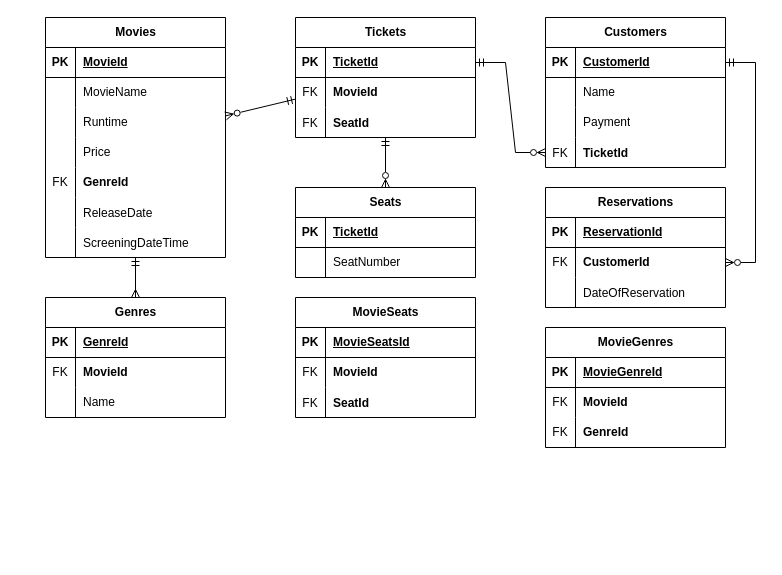
Before: erd/CineWave.drawio in pitzzahh/CineWave, a draw.io diagram. Source tidied: cells renumbered, new cells numbered last; positions are measured from the earlier drawing's top-left corner, leaving out a move shared by most shapes. Both pictures are drawn from the tidied source at 100%, with x=0, y=0 at pixel (45, 17).
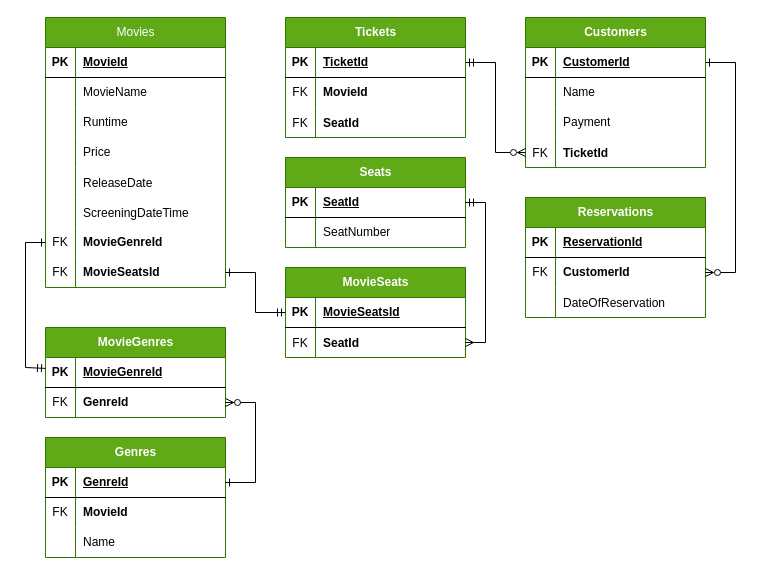
After the change.

The change refers to these unchanged cells:
```xml
<mxCell id="25" style="shape=tableRow;horizontal=0;startSize=0;swimlaneHead=0;swimlaneBody=0;fillColor=none;points=[[0,0.5],[1,0.5]];portConstraint=eastwest;top=0;left=0;right=0;bottom=1;" parent="24" vertex="1">
  <mxGeometry y="30" width="180" height="30" as="geometry" />
</mxCell>
<mxCell id="35" style="shape=tableRow;horizontal=0;startSize=0;swimlaneHead=0;swimlaneBody=0;fillColor=none;points=[[0,0.5],[1,0.5]];portConstraint=eastwest;top=0;left=0;right=0;bottom=1;" parent="34" vertex="1">
  <mxGeometry y="30" width="180" height="30" as="geometry" />
</mxCell>
<mxCell id="45" style="shape=tableRow;horizontal=0;startSize=0;swimlaneHead=0;swimlaneBody=0;fillColor=none;points=[[0,0.5],[1,0.5]];portConstraint=eastwest;top=0;left=0;right=0;bottom=1;" parent="44" vertex="1">
  <mxGeometry y="30" width="180" height="30" as="geometry" />
</mxCell>
<mxCell id="55" style="shape=tableRow;horizontal=0;startSize=0;swimlaneHead=0;swimlaneBody=0;fillColor=none;points=[[0,0.5],[1,0.5]];portConstraint=eastwest;top=0;left=0;right=0;bottom=1;" parent="54" vertex="1">
  <mxGeometry y="30" width="180" height="30" as="geometry" />
</mxCell>
<mxCell id="62" style="shape=tableRow;horizontal=0;startSize=0;swimlaneHead=0;swimlaneBody=0;fillColor=none;points=[[0,0.5],[1,0.5]];portConstraint=eastwest;top=0;left=0;right=0;bottom=1;" parent="61" vertex="1">
  <mxGeometry y="30" width="180" height="30" as="geometry" />
</mxCell>
<mxCell id="75" style="shape=tableRow;horizontal=0;startSize=0;swimlaneHead=0;swimlaneBody=0;fillColor=none;points=[[0,0.5],[1,0.5]];portConstraint=eastwest;top=0;left=0;right=0;bottom=0;" parent="71" vertex="1">
  <mxGeometry y="60" width="180" height="30" as="geometry" />
</mxCell>
<mxCell id="82" style="shape=tableRow;horizontal=0;startSize=0;swimlaneHead=0;swimlaneBody=0;fillColor=none;points=[[0,0.5],[1,0.5]];portConstraint=eastwest;top=0;left=0;right=0;bottom=1;" parent="81" vertex="1">
  <mxGeometry y="30" width="180" height="30" as="geometry" />
</mxCell>
<mxCell id="91" style="shape=tableRow;horizontal=0;startSize=0;swimlaneHead=0;swimlaneBody=0;fillColor=none;points=[[0,0.5],[1,0.5]];portConstraint=eastwest;top=0;left=0;right=0;bottom=0;" parent="81" vertex="1">
  <mxGeometry y="120" width="180" height="30" as="geometry" />
</mxCell>
```

Diff of the diagram source:
```diff
@@
-    <mxCell id="2" value="Movies" style="shape=table;startSize=30;childLayout=tableLayout;rowLines=0;fontStyle=1;align=center;html=1;" parent="1" vertex="1">
-      <mxGeometry width="180" height="240" as="geometry" />
+    <mxCell id="2" value="Movies" style="shape=table;startSize=30;childLayout=tableLayout;rowLines=0;fontStyle=0;align=center;html=1;fillColor=#60a917;strokeColor=#2D7600;fontColor=#ffffff;" parent="1" vertex="1">
+      <mxGeometry width="180" height="270" as="geometry" />
     </mxCell>
@@
-    <mxCell id="15" style="shape=tableRow;horizontal=0;startSize=0;swimlaneHead=0;swimlaneBody=0;fillColor=none;top=0;left=0;right=0;bottom=0;" parent="2" vertex="1">
-      <mxGeometry y="150" width="180" height="30" as="geometry" />
-    </mxCell>
-    <mxCell id="16" value="FK" style="shape=partialRectangle;fillColor=none;top=0;left=0;bottom=0;right=0;fontStyle=0;overflow=hidden;whiteSpace=wrap;html=1;" parent="15" vertex="1">
-      <mxGeometry width="30" height="30" as="geometry" />
-    </mxCell>
-    <mxCell id="17" value="GenreId" style="shape=partialRectangle;fillColor=none;top=0;left=0;bottom=0;right=0;align=left;spacingLeft=6;fontStyle=1;overflow=hidden;whiteSpace=wrap;html=1;" parent="15" vertex="1">
-      <mxGeometry x="30" width="150" height="30" as="geometry" />
-    </mxCell>
     <mxCell id="18" style="shape=tableRow;horizontal=0;startSize=0;swimlaneHead=0;swimlaneBody=0;fillColor=none;top=0;left=0;right=0;bottom=0;" parent="2" vertex="1">
-      <mxGeometry y="180" width="180" height="30" as="geometry" />
+      <mxGeometry y="150" width="180" height="30" as="geometry" />
     </mxCell>
@@
     <mxCell id="21" style="shape=tableRow;horizontal=0;startSize=0;swimlaneHead=0;swimlaneBody=0;fillColor=none;top=0;left=0;right=0;bottom=0;" parent="2" vertex="1">
-      <mxGeometry y="210" width="180" height="30" as="geometry" />
+      <mxGeometry y="180" width="180" height="30" as="geometry" />
     </mxCell>
@@
+    <mxCell id="99" style="shape=tableRow;horizontal=0;startSize=0;swimlaneHead=0;swimlaneBody=0;fillColor=none;points=[[0,0.5],[1,0.5]];portConstraint=eastwest;top=0;left=0;right=0;bottom=0;" parent="2" vertex="1">
+      <mxGeometry y="210" width="180" height="30" as="geometry" />
+    </mxCell>
+    <mxCell id="100" value="FK" style="shape=partialRectangle;fillColor=none;top=0;left=0;bottom=0;right=0;fontStyle=0;overflow=hidden;whiteSpace=wrap;html=1;" parent="99" vertex="1">
+      <mxGeometry width="30" height="30" as="geometry" />
+    </mxCell>
+    <mxCell id="101" value="MovieGenreId" style="shape=partialRectangle;fillColor=none;top=0;left=0;bottom=0;right=0;align=left;spacingLeft=6;fontStyle=1;overflow=hidden;whiteSpace=wrap;html=1;" parent="99" vertex="1">
+      <mxGeometry x="30" width="150" height="30" as="geometry" />
+    </mxCell>
+    <mxCell id="102" style="shape=tableRow;horizontal=0;startSize=0;swimlaneHead=0;swimlaneBody=0;fillColor=none;points=[[0,0.5],[1,0.5]];portConstraint=eastwest;top=0;left=0;right=0;bottom=0;" parent="2" vertex="1">
+      <mxGeometry y="240" width="180" height="30" as="geometry" />
+    </mxCell>
+    <mxCell id="103" value="FK" style="shape=partialRectangle;fillColor=none;top=0;left=0;bottom=0;right=0;fontStyle=0;overflow=hidden;whiteSpace=wrap;html=1;" parent="102" vertex="1">
+      <mxGeometry width="30" height="30" as="geometry" />
+    </mxCell>
+    <mxCell id="104" value="MovieSeatsId" style="shape=partialRectangle;fillColor=none;top=0;left=0;bottom=0;right=0;align=left;spacingLeft=6;fontStyle=1;overflow=hidden;whiteSpace=wrap;html=1;" parent="102" vertex="1">
+      <mxGeometry x="30" width="150" height="30" as="geometry" />
+    </mxCell>
-    <mxCell id="24" value="Genres" style="shape=table;startSize=30;childLayout=tableLayout;rowLines=0;fontStyle=1;align=center;html=1;" parent="1" vertex="1">
-      <mxGeometry y="280" width="180" height="120" as="geometry" />
+    <mxCell id="24" value="Genres" style="shape=table;startSize=30;childLayout=tableLayout;rowLines=0;fontStyle=1;align=center;html=1;fillColor=#60a917;strokeColor=#2D7600;fontColor=#ffffff;" parent="1" vertex="1">
+      <mxGeometry y="420" width="180" height="120" as="geometry" />
     </mxCell>
@@
-    <mxCell id="34" value="MovieGenres" style="shape=table;startSize=30;childLayout=tableLayout;rowLines=0;fontStyle=1;align=center;html=1;" parent="1" vertex="1">
-      <mxGeometry x="500" y="310" width="180" height="120" as="geometry" />
+    <mxCell id="34" value="MovieGenres" style="shape=table;startSize=30;childLayout=tableLayout;rowLines=0;fontStyle=1;align=center;html=1;fillColor=#60a917;strokeColor=#2D7600;fontColor=#ffffff;" parent="1" vertex="1">
+      <mxGeometry y="310" width="180" height="90" as="geometry" />
     </mxCell>
@@
-    <mxCell id="38" style="shape=tableRow;horizontal=0;startSize=0;swimlaneHead=0;swimlaneBody=0;fillColor=none;top=0;left=0;right=0;bottom=0;" parent="34" vertex="1">
-      <mxGeometry y="60" width="180" height="30" as="geometry" />
-    </mxCell>
-    <mxCell id="39" value="FK" style="shape=partialRectangle;fillColor=none;top=0;left=0;bottom=0;right=0;fontStyle=0;overflow=hidden;whiteSpace=wrap;html=1;" parent="38" vertex="1">
-      <mxGeometry width="30" height="30" as="geometry" />
-    </mxCell>
-    <mxCell id="40" value="MovieId" style="shape=partialRectangle;fillColor=none;top=0;left=0;bottom=0;right=0;align=left;spacingLeft=6;fontStyle=1;overflow=hidden;whiteSpace=wrap;html=1;" parent="38" vertex="1">
-      <mxGeometry x="30" width="150" height="30" as="geometry" />
-    </mxCell>
     <mxCell id="41" style="shape=tableRow;horizontal=0;startSize=0;swimlaneHead=0;swimlaneBody=0;fillColor=none;points=[[0,0.5],[1,0.5]];portConstraint=eastwest;top=0;left=0;right=0;bottom=0;" parent="34" vertex="1">
-      <mxGeometry y="90" width="180" height="30" as="geometry" />
+      <mxGeometry y="60" width="180" height="30" as="geometry" />
     </mxCell>
@@
-    <mxCell id="44" value="Tickets" style="shape=table;startSize=30;childLayout=tableLayout;rowLines=0;fontStyle=1;align=center;html=1;" parent="1" vertex="1">
-      <mxGeometry x="250" width="180" height="120" as="geometry" />
+    <mxCell id="44" value="Tickets" style="shape=table;startSize=30;childLayout=tableLayout;rowLines=0;fontStyle=1;align=center;html=1;fillColor=#60a917;strokeColor=#2D7600;fontColor=#ffffff;" parent="1" vertex="1">
+      <mxGeometry x="240" width="180" height="120" as="geometry" />
     </mxCell>
@@
-    <mxCell id="54" value="Seats" style="shape=table;startSize=30;childLayout=tableLayout;rowLines=0;fontStyle=1;align=center;html=1;" parent="1" vertex="1">
-      <mxGeometry x="250" y="170" width="180" height="90" as="geometry" />
+    <mxCell id="54" value="Seats" style="shape=table;startSize=30;childLayout=tableLayout;rowLines=0;fontStyle=1;align=center;html=1;fillColor=#60a917;strokeColor=#2D7600;fontColor=#ffffff;" parent="1" vertex="1">
+      <mxGeometry x="240" y="140" width="180" height="90" as="geometry" />
     </mxCell>
@@
-    <mxCell id="57" value="TicketId" style="shape=partialRectangle;fillColor=none;top=0;left=0;bottom=0;right=0;align=left;spacingLeft=6;fontStyle=5;overflow=hidden;whiteSpace=wrap;html=1;" parent="55" vertex="1">
+    <mxCell id="57" value="SeatId" style="shape=partialRectangle;fillColor=none;top=0;left=0;bottom=0;right=0;align=left;spacingLeft=6;fontStyle=5;overflow=hidden;whiteSpace=wrap;html=1;" parent="55" vertex="1">
       <mxGeometry x="30" width="150" height="30" as="geometry" />
     </mxCell>
@@
-    <mxCell id="61" value="MovieSeats" style="shape=table;startSize=30;childLayout=tableLayout;rowLines=0;fontStyle=1;align=center;html=1;" parent="1" vertex="1">
-      <mxGeometry x="250" y="280" width="180" height="120" as="geometry" />
+    <mxCell id="61" value="MovieSeats" style="shape=table;startSize=30;childLayout=tableLayout;rowLines=0;fontStyle=1;align=center;html=1;fillColor=#60a917;strokeColor=#2D7600;fontColor=#ffffff;" parent="1" vertex="1">
+      <mxGeometry x="240" y="250" width="180" height="90" as="geometry" />
     </mxCell>
@@
-    <mxCell id="65" style="shape=tableRow;horizontal=0;startSize=0;swimlaneHead=0;swimlaneBody=0;fillColor=none;top=0;left=0;right=0;bottom=0;" parent="61" vertex="1">
-      <mxGeometry y="60" width="180" height="30" as="geometry" />
-    </mxCell>
-    <mxCell id="66" value="FK" style="shape=partialRectangle;fillColor=none;top=0;left=0;bottom=0;right=0;fontStyle=0;overflow=hidden;whiteSpace=wrap;html=1;" parent="65" vertex="1">
-      <mxGeometry width="30" height="30" as="geometry" />
-    </mxCell>
-    <mxCell id="67" value="&lt;b&gt;MovieId&lt;/b&gt;" style="shape=partialRectangle;fillColor=none;top=0;left=0;bottom=0;right=0;align=left;spacingLeft=6;fontStyle=0;overflow=hidden;whiteSpace=wrap;html=1;" parent="65" vertex="1">
-      <mxGeometry x="30" width="150" height="30" as="geometry" />
-    </mxCell>
     <mxCell id="68" style="shape=tableRow;horizontal=0;startSize=0;swimlaneHead=0;swimlaneBody=0;fillColor=none;points=[[0,0.5],[1,0.5]];portConstraint=eastwest;top=0;left=0;right=0;bottom=0;" parent="61" vertex="1">
-      <mxGeometry y="90" width="180" height="30" as="geometry" />
+      <mxGeometry y="60" width="180" height="30" as="geometry" />
     </mxCell>
@@
-    <mxCell id="71" value="Reservations" style="shape=table;startSize=30;childLayout=tableLayout;rowLines=0;fontStyle=1;align=center;html=1;" parent="1" vertex="1">
-      <mxGeometry x="500" y="170" width="180" height="120" as="geometry" />
+    <mxCell id="71" value="Reservations" style="shape=table;startSize=30;childLayout=tableLayout;rowLines=0;fontStyle=1;align=center;html=1;fillColor=#60a917;strokeColor=#2D7600;fontColor=#ffffff;" parent="1" vertex="1">
+      <mxGeometry x="480" y="180" width="180" height="120" as="geometry" />
     </mxCell>
@@
-    <mxCell id="81" value="Customers" style="shape=table;startSize=30;childLayout=tableLayout;rowLines=0;fontStyle=1;align=center;html=1;" parent="1" vertex="1">
-      <mxGeometry x="500" width="180" height="150" as="geometry" />
+    <mxCell id="81" value="Customers" style="shape=table;startSize=30;childLayout=tableLayout;rowLines=0;fontStyle=1;align=center;html=1;fillColor=#60a917;strokeColor=#2D7600;fontColor=#ffffff;" parent="1" vertex="1">
+      <mxGeometry x="480" width="180" height="150" as="geometry" />
     </mxCell>
@@
-    <mxCell id="94" style="edgeStyle=entityRelationEdgeStyle;fontSize=12;html=1;endArrow=ERmandOne;startArrow=ERzeroToMany;rounded=0;entryX=1;entryY=0.5;entryDx=0;entryDy=0;endFill=0;startFill=0;" parent="1" edge="1" source="91" target="45">
-      <mxGeometry relative="1" as="geometry" />
+    <mxCell id="94" style="edgeStyle=entityRelationEdgeStyle;fontSize=12;html=1;endArrow=ERmandOne;startArrow=ERzeroToMany;rounded=0;endFill=0;startFill=0;" parent="1" edge="1" source="91" target="45">
+      <mxGeometry relative="1" as="geometry">
+        <Array as="points">
+          <mxPoint x="450" y="120" />
+          <mxPoint x="460" y="90" />
+          <mxPoint x="480" y="10" />
+          <mxPoint x="460" y="140" />
+          <mxPoint x="440" y="130" />
+        </Array>
+      </mxGeometry>
     </mxCell>
-    <mxCell id="95" style="edgeStyle=entityRelationEdgeStyle;fontSize=12;html=1;endArrow=ERmandOne;startArrow=ERzeroToMany;rounded=0;startFill=0;endFill=0;" parent="1" edge="1" source="75" target="82">
+    <mxCell id="95" style="edgeStyle=entityRelationEdgeStyle;fontSize=12;html=1;endArrow=ERone;startArrow=ERzeroToMany;rounded=0;startFill=0;endFill=0;" parent="1" edge="1" source="75" target="82">
       <mxGeometry relative="1" as="geometry" />
     </mxCell>
-    <mxCell id="96" style="endArrow=ERmandOne;html=1;rounded=0;startArrow=ERzeroToMany;startFill=0;endFill=0;" parent="1" edge="1" source="54" target="44">
-      <mxGeometry relative="1" as="geometry" />
-    </mxCell>
-    <mxCell id="97" style="endArrow=ERmandOne;html=1;rounded=0;startArrow=ERzeroToMany;startFill=0;endFill=0;" parent="1" edge="1" source="2" target="44">
-      <mxGeometry relative="1" as="geometry" />
-    </mxCell>
-    <mxCell id="98" style="endArrow=ERmandOne;html=1;rounded=0;endFill=0;startArrow=ERmany;startFill=0;" parent="1" edge="1" source="24" target="2">
-      <mxGeometry relative="1" as="geometry" />
-    </mxCell>
+    <mxCell id="105" style="endArrow=ERmandOne;html=1;rounded=0;entryX=1;entryY=0.5;entryDx=0;entryDy=0;startArrow=ERmany;startFill=0;endFill=0;" parent="1" edge="1" source="68" target="55">
+      <mxGeometry relative="1" as="geometry">
+        <Array as="points">
+          <mxPoint x="440" y="325" />
+          <mxPoint x="440" y="185" />
+        </Array>
+      </mxGeometry>
+    </mxCell>
+    <mxCell id="106" style="endArrow=ERone;html=1;rounded=0;startArrow=ERmandOne;startFill=0;endFill=0;" parent="1" edge="1" source="35" target="99">
+      <mxGeometry relative="1" as="geometry">
+        <Array as="points">
+          <mxPoint x="-20" y="350" />
+          <mxPoint x="-20" y="225" />
+        </Array>
+      </mxGeometry>
+    </mxCell>
+    <mxCell id="107" style="edgeStyle=entityRelationEdgeStyle;fontSize=12;html=1;endArrow=ERzeroToMany;endFill=1;rounded=0;startArrow=ERone;startFill=0;" parent="1" edge="1" source="25" target="41">
+      <mxGeometry relative="1" as="geometry" />
+    </mxCell>
+    <mxCell id="108" style="endArrow=ERone;html=1;rounded=0;startArrow=ERmandOne;startFill=0;endFill=0;" parent="1" edge="1" source="62" target="102">
+      <mxGeometry relative="1" as="geometry">
+        <Array as="points">
+          <mxPoint x="210" y="295" />
+          <mxPoint x="210" y="255" />
+        </Array>
+      </mxGeometry>
+    </mxCell>
```
